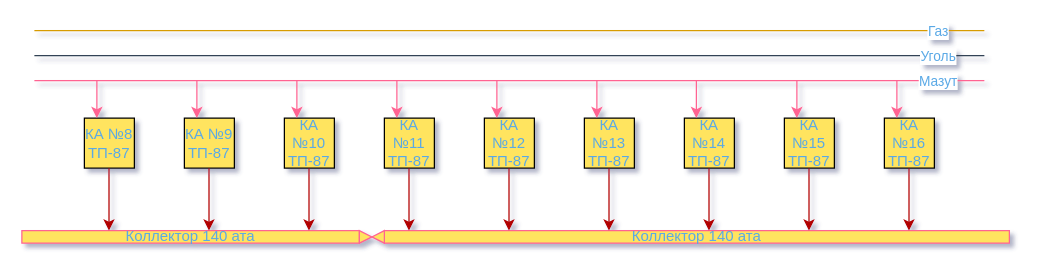
Butovo/Drow_io_tech keeps this draw.io diagram as Теплосеть_Кемерово.drawio. Above is the earlier version. Source tidied: cells renumbered, new cells numbered last; positions are measured from the earlier drawing's top-left corner, leaving out a move shared by most shapes. Both pictures are drawn from the tidied source at 125%, with x=0, y=0 at pixel (21, 30).
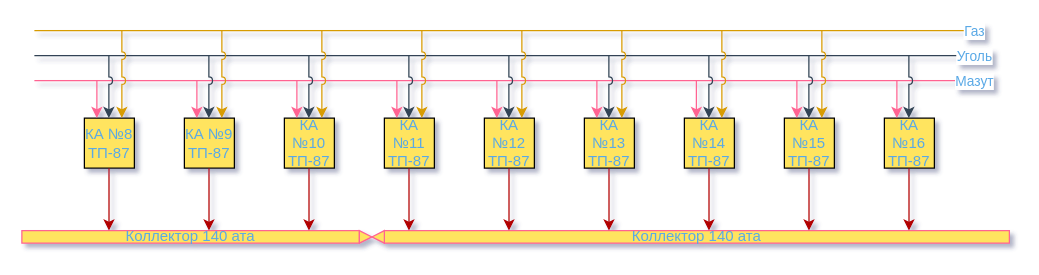
The same page after the edit.

The change refers to these unchanged cells:
```xml
<mxCell id="24" style="endArrow=none;html=1;rounded=0;strokeColor=#FF6392;fillColor=#FFE45E;fontColor=#5AA9E6;" parent="1" edge="1">
  <mxGeometry relative="1" as="geometry">
    <mxPoint x="10" y="40" as="sourcePoint" />
    <mxPoint x="770" y="40" as="targetPoint" />
  </mxGeometry>
</mxCell>
<mxCell id="26" style="endArrow=none;html=1;rounded=0;strokeColor=#314354;fillColor=#647687;fontColor=#5AA9E6;" parent="1" edge="1">
  <mxGeometry relative="1" as="geometry">
    <mxPoint x="10" y="20" as="sourcePoint" />
    <mxPoint x="770" y="20" as="targetPoint" />
  </mxGeometry>
</mxCell>
```

What changed in the source:
```diff
@@
     <mxCell id="25" value="Мазут" style="edgeLabel;html=1;align=center;verticalAlign=middle;rounded=0;fontColor=#5AA9E6;" parent="24" vertex="1">
-      <mxGeometry x="0.9" relative="1" as="geometry" />
+      <mxGeometry x="0.9" relative="1" as="geometry">
+        <mxPoint x="29" as="offset" />
+      </mxGeometry>
     </mxCell>
@@
     <mxCell id="27" value="Уголь" style="edgeLabel;html=1;align=center;verticalAlign=middle;rounded=0;fontColor=#5AA9E6;" parent="26" vertex="1">
-      <mxGeometry x="0.9" relative="1" as="geometry" />
+      <mxGeometry x="0.9" relative="1" as="geometry">
+        <mxPoint x="29" as="offset" />
+      </mxGeometry>
     </mxCell>
-    <mxCell id="28" style="endArrow=none;html=1;rounded=0;strokeColor=#d79b00;fillColor=#ffe6cc;fontColor=#5AA9E6;" parent="1" edge="1">
+    <mxCell id="28" style="endArrow=none;html=1;rounded=0;strokeColor=#D79B00;fillColor=#ffe6cc;fontColor=#5AA9E6;" parent="1" edge="1">
       <mxGeometry relative="1" as="geometry">
         <mxPoint x="10" as="sourcePoint" />
         <mxPoint x="770" as="targetPoint" />
       </mxGeometry>
     </mxCell>
     <mxCell id="29" value="Газ" style="edgeLabel;html=1;align=center;verticalAlign=middle;rounded=0;fontColor=#5AA9E6;" parent="28" vertex="1">
-      <mxGeometry x="0.9" relative="1" as="geometry" />
+      <mxGeometry x="0.9" relative="1" as="geometry">
+        <mxPoint x="29" as="offset" />
+      </mxGeometry>
     </mxCell>
@@
+    <mxCell id="39" style="endArrow=classic;html=1;rounded=0;strokeColor=#314354;fontColor=#5AA9E6;fillColor=#FFE45E;shadow=0;jumpStyle=arc;" parent="1" edge="1">
+      <mxGeometry relative="1" as="geometry">
+        <mxPoint x="69.6" y="20" as="sourcePoint" />
+        <mxPoint x="69.6" y="70" as="targetPoint" />
+      </mxGeometry>
+    </mxCell>
+    <mxCell id="40" style="endArrow=classic;html=1;rounded=0;strokeColor=#314354;fontColor=#5AA9E6;fillColor=#FFE45E;jumpStyle=arc;" parent="1" edge="1">
+      <mxGeometry relative="1" as="geometry">
+        <mxPoint x="149.6" y="20" as="sourcePoint" />
+        <mxPoint x="149.6" y="70" as="targetPoint" />
+      </mxGeometry>
+    </mxCell>
+    <mxCell id="41" style="endArrow=classic;html=1;rounded=0;strokeColor=#314354;fontColor=#5AA9E6;fillColor=#FFE45E;jumpStyle=arc;" parent="1" edge="1">
+      <mxGeometry relative="1" as="geometry">
+        <mxPoint x="229.6" y="20" as="sourcePoint" />
+        <mxPoint x="229.6" y="70" as="targetPoint" />
+      </mxGeometry>
+    </mxCell>
+    <mxCell id="42" style="endArrow=classic;html=1;rounded=0;strokeColor=#314354;fontColor=#5AA9E6;fillColor=#FFE45E;jumpStyle=arc;" parent="1" edge="1">
+      <mxGeometry relative="1" as="geometry">
+        <mxPoint x="309.6" y="20" as="sourcePoint" />
+        <mxPoint x="309.6" y="70" as="targetPoint" />
+      </mxGeometry>
+    </mxCell>
+    <mxCell id="43" style="endArrow=classic;html=1;rounded=0;strokeColor=#314354;fontColor=#5AA9E6;fillColor=#FFE45E;jumpStyle=arc;" parent="1" edge="1">
+      <mxGeometry relative="1" as="geometry">
+        <mxPoint x="389.6" y="20" as="sourcePoint" />
+        <mxPoint x="389.6" y="70" as="targetPoint" />
+      </mxGeometry>
+    </mxCell>
+    <mxCell id="44" style="endArrow=classic;html=1;rounded=0;strokeColor=#314354;fontColor=#5AA9E6;fillColor=#FFE45E;jumpStyle=arc;" parent="1" edge="1">
+      <mxGeometry relative="1" as="geometry">
+        <mxPoint x="469.6" y="20" as="sourcePoint" />
+        <mxPoint x="469.6" y="70" as="targetPoint" />
+      </mxGeometry>
+    </mxCell>
+    <mxCell id="45" style="endArrow=classic;html=1;rounded=0;strokeColor=#314354;fontColor=#5AA9E6;fillColor=#FFE45E;jumpStyle=arc;" parent="1" edge="1">
+      <mxGeometry relative="1" as="geometry">
+        <mxPoint x="549.6" y="20" as="sourcePoint" />
+        <mxPoint x="549.6" y="70" as="targetPoint" />
+      </mxGeometry>
+    </mxCell>
+    <mxCell id="46" style="endArrow=classic;html=1;rounded=0;strokeColor=#314354;fontColor=#5AA9E6;fillColor=#FFE45E;jumpStyle=arc;" parent="1" edge="1">
+      <mxGeometry relative="1" as="geometry">
+        <mxPoint x="629.6" y="20" as="sourcePoint" />
+        <mxPoint x="629.6" y="70" as="targetPoint" />
+      </mxGeometry>
+    </mxCell>
+    <mxCell id="47" style="endArrow=classic;html=1;rounded=0;strokeColor=#314354;fontColor=#5AA9E6;fillColor=#FFE45E;jumpStyle=arc;" parent="1" edge="1">
+      <mxGeometry relative="1" as="geometry">
+        <mxPoint x="709.6" y="20" as="sourcePoint" />
+        <mxPoint x="709.6" y="70" as="targetPoint" />
+      </mxGeometry>
+    </mxCell>
+    <mxCell id="48" style="endArrow=classic;html=1;rounded=0;strokeColor=#D79B00;fontColor=#5AA9E6;fillColor=#FFE45E;jumpStyle=arc;" parent="1" edge="1">
+      <mxGeometry relative="1" as="geometry">
+        <mxPoint x="80" as="sourcePoint" />
+        <mxPoint x="80" y="70" as="targetPoint" />
+      </mxGeometry>
+    </mxCell>
+    <mxCell id="49" style="endArrow=classic;html=1;rounded=0;strokeColor=#D79B00;fontColor=#5AA9E6;fillColor=#FFE45E;jumpStyle=arc;" parent="1" edge="1">
+      <mxGeometry relative="1" as="geometry">
+        <mxPoint x="160" as="sourcePoint" />
+        <mxPoint x="160" y="70" as="targetPoint" />
+      </mxGeometry>
+    </mxCell>
+    <mxCell id="50" style="endArrow=classic;html=1;rounded=0;strokeColor=#D79B00;fontColor=#5AA9E6;fillColor=#FFE45E;jumpStyle=arc;" parent="1" edge="1">
+      <mxGeometry relative="1" as="geometry">
+        <mxPoint x="240" as="sourcePoint" />
+        <mxPoint x="240" y="70" as="targetPoint" />
+      </mxGeometry>
+    </mxCell>
+    <mxCell id="51" style="endArrow=classic;html=1;rounded=0;strokeColor=#D79B00;fontColor=#5AA9E6;fillColor=#FFE45E;jumpStyle=arc;" parent="1" edge="1">
+      <mxGeometry relative="1" as="geometry">
+        <mxPoint x="320" as="sourcePoint" />
+        <mxPoint x="320" y="70" as="targetPoint" />
+      </mxGeometry>
+    </mxCell>
+    <mxCell id="52" style="endArrow=classic;html=1;rounded=0;strokeColor=#D79B00;fontColor=#5AA9E6;fillColor=#FFE45E;jumpStyle=arc;" parent="1" edge="1">
+      <mxGeometry relative="1" as="geometry">
+        <mxPoint x="400" as="sourcePoint" />
+        <mxPoint x="400" y="70" as="targetPoint" />
+      </mxGeometry>
+    </mxCell>
+    <mxCell id="53" style="endArrow=classic;html=1;rounded=0;strokeColor=#D79B00;fontColor=#5AA9E6;fillColor=#FFE45E;jumpStyle=arc;" parent="1" edge="1">
+      <mxGeometry relative="1" as="geometry">
+        <mxPoint x="480" as="sourcePoint" />
+        <mxPoint x="480" y="70" as="targetPoint" />
+      </mxGeometry>
+    </mxCell>
+    <mxCell id="54" style="endArrow=classic;html=1;rounded=0;strokeColor=#D79B00;fontColor=#5AA9E6;fillColor=#FFE45E;jumpStyle=arc;" parent="1" edge="1">
+      <mxGeometry relative="1" as="geometry">
+        <mxPoint x="560" as="sourcePoint" />
+        <mxPoint x="560" y="70" as="targetPoint" />
+      </mxGeometry>
+    </mxCell>
+    <mxCell id="55" style="endArrow=classic;html=1;rounded=0;strokeColor=#D79B00;fontColor=#5AA9E6;fillColor=#FFE45E;jumpStyle=arc;" parent="1" edge="1">
+      <mxGeometry relative="1" as="geometry">
+        <mxPoint x="640" as="sourcePoint" />
+        <mxPoint x="640" y="70" as="targetPoint" />
+      </mxGeometry>
+    </mxCell>
```
